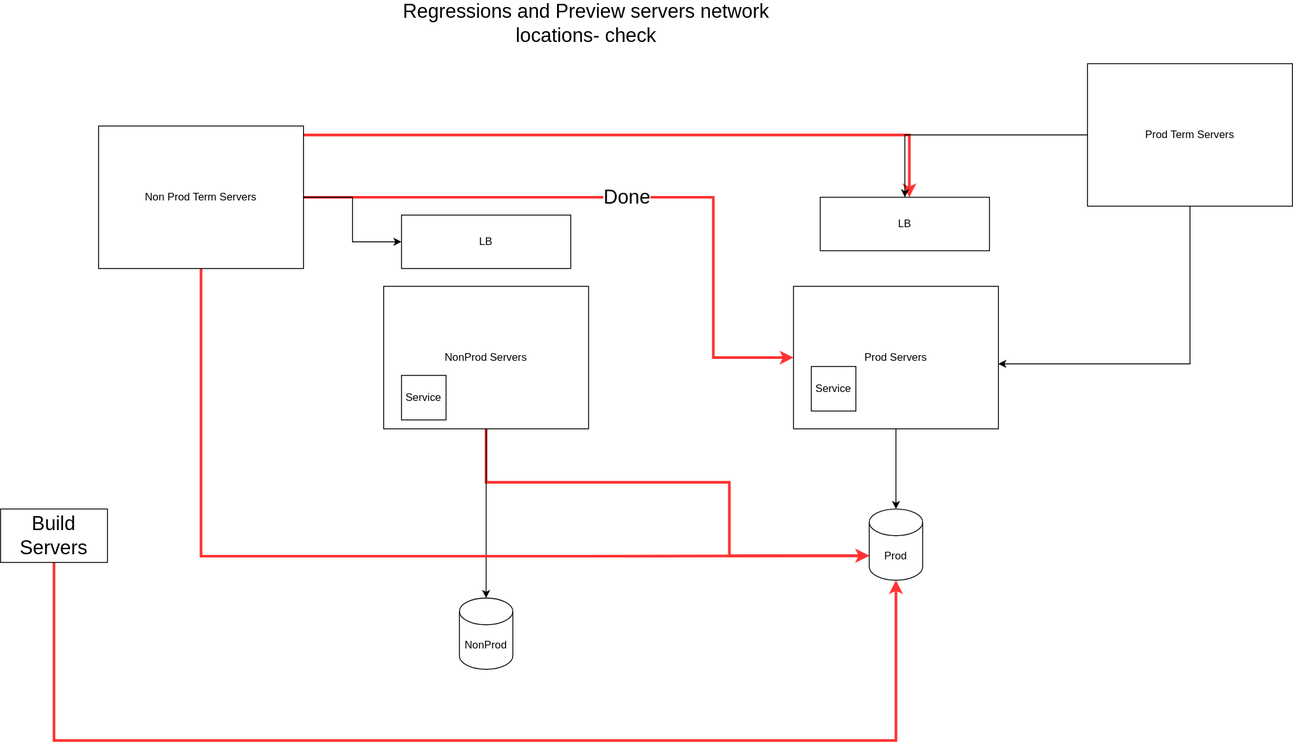
vjavle/invoicecloud keeps this draw.io diagram as MIandIsolation.svg. Above is the earlier version. Source tidied: cells renumbered, new cells last; positions are measured from the earlier drawing's top-left corner, leaving out a move shared by most shapes.
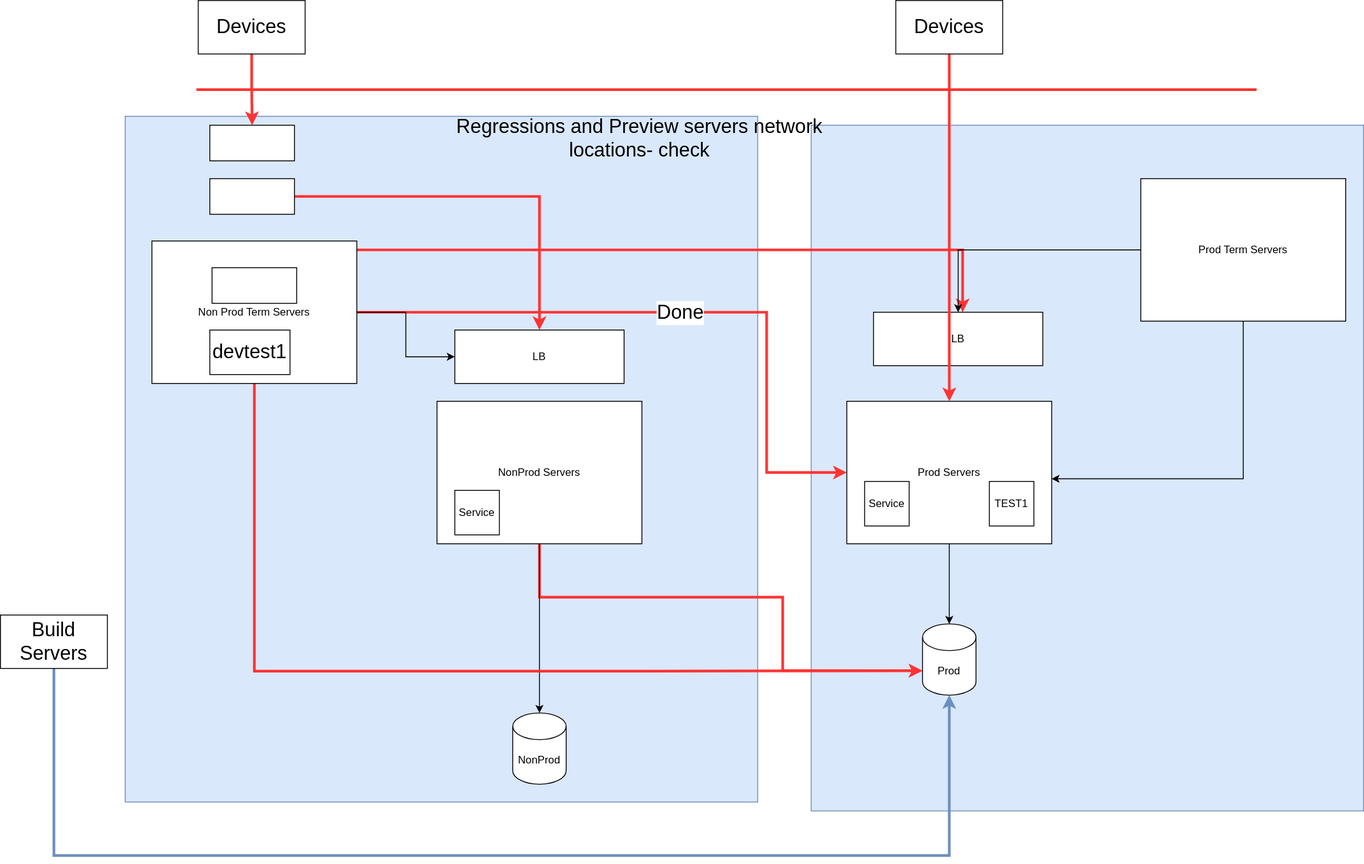
The same diagram one commit later.

Change to the diagram source:
```diff
@@ -2,6 +2,20 @@
   <root>
     <mxCell id="0" />
     <mxCell id="1" parent="0" />
+    <mxCell id="25" style="rounded=0;whiteSpace=wrap;html=1;fontSize=22;fillColor=#dae8fc;strokeColor=#6c8ebf;" parent="1" vertex="1">
+      <mxGeometry x="850" width="620" height="770" as="geometry" />
+    </mxCell>
+    <mxCell id="26" style="rounded=0;whiteSpace=wrap;html=1;fontSize=22;fillColor=#dae8fc;strokeColor=#6c8ebf;" parent="1" vertex="1">
+      <mxGeometry x="80" y="-10" width="710" height="770" as="geometry" />
+    </mxCell>
+    <mxCell id="22" style="edgeStyle=orthogonalEdgeStyle;rounded=0;jettySize=auto;html=1;entryX=0.5;entryY=1;entryDx=0;entryDy=0;entryPerimeter=0;fontSize=22;strokeColor=#6c8ebf;strokeWidth=3;fillColor=#dae8fc;" parent="1" edge="1" source="23" target="19">
+      <mxGeometry relative="1" as="geometry">
+        <Array as="points">
+          <mxPoint y="820" />
+          <mxPoint x="1005" y="820" />
+        </Array>
+      </mxGeometry>
+    </mxCell>
     <mxCell id="2" style="edgeStyle=orthogonalEdgeStyle;rounded=0;jettySize=auto;html=1;entryX=0;entryY=0;entryDx=0;entryDy=52.5;entryPerimeter=0;strokeColor=#FF3333;strokeWidth=3;" parent="1" edge="1" source="4" target="19">
       <mxGeometry relative="1" as="geometry">
         <Array as="points">
@@ -87,19 +101,47 @@
     <mxCell id="21" value="Service" style="whiteSpace=wrap;html=1;" parent="1" vertex="1">
       <mxGeometry x="910" y="400" width="50" height="50" as="geometry" />
     </mxCell>
-    <mxCell id="22" style="edgeStyle=orthogonalEdgeStyle;rounded=0;jettySize=auto;html=1;entryX=0.5;entryY=1;entryDx=0;entryDy=0;entryPerimeter=0;fontSize=22;strokeColor=#FF3333;strokeWidth=3;" parent="1" edge="1" source="23" target="19">
-      <mxGeometry relative="1" as="geometry">
-        <Array as="points">
-          <mxPoint x="60" y="820" />
-          <mxPoint x="1005" y="820" />
-        </Array>
-      </mxGeometry>
-    </mxCell>
     <mxCell id="23" value="Build Servers" style="rounded=0;whiteSpace=wrap;html=1;fontSize=22;" parent="1" vertex="1">
-      <mxGeometry y="560" width="120" height="60" as="geometry" />
+      <mxGeometry x="-60" y="550" width="120" height="60" as="geometry" />
     </mxCell>
     <mxCell id="24" value="Regressions and Preview servers network locations- check" style="text;html=1;strokeColor=none;fillColor=none;align=center;verticalAlign=middle;whiteSpace=wrap;rounded=0;fontSize=22;" parent="1" vertex="1">
       <mxGeometry x="445" width="425" height="30" as="geometry" />
     </mxCell>
+    <mxCell id="27" value="TEST1" style="whiteSpace=wrap;html=1;" parent="1" vertex="1">
+      <mxGeometry x="1050" y="400" width="50" height="50" as="geometry" />
+    </mxCell>
+    <mxCell id="28" style="edgeStyle=orthogonalEdgeStyle;rounded=0;jettySize=auto;html=1;fontSize=22;strokeColor=#FF3333;strokeWidth=3;" parent="1" edge="1" source="29" target="13">
+      <mxGeometry relative="1" as="geometry" />
+    </mxCell>
+    <mxCell id="29" value="Devices" style="rounded=0;whiteSpace=wrap;html=1;fontSize=22;" parent="1" vertex="1">
+      <mxGeometry x="945" y="-140" width="120" height="60" as="geometry" />
+    </mxCell>
+    <mxCell id="30" style="endArrow=none;html=1;rounded=0;fontSize=22;strokeColor=#FF3333;strokeWidth=3;" parent="1" edge="1">
+      <mxGeometry relative="1" as="geometry">
+        <mxPoint x="160" y="-40" as="sourcePoint" />
+        <mxPoint x="1350" y="-40" as="targetPoint" />
+      </mxGeometry>
+    </mxCell>
+    <mxCell id="31" value="devtest1" style="rounded=0;whiteSpace=wrap;html=1;fontSize=22;" parent="1" vertex="1">
+      <mxGeometry x="175" y="230" width="90" height="50" as="geometry" />
+    </mxCell>
+    <mxCell id="32" style="edgeStyle=orthogonalEdgeStyle;rounded=0;jettySize=auto;html=1;fontSize=22;strokeColor=#FF3333;strokeWidth=3;" parent="1" edge="1" source="33" target="37">
+      <mxGeometry relative="1" as="geometry" />
+    </mxCell>
+    <mxCell id="33" value="Devices" style="rounded=0;whiteSpace=wrap;html=1;fontSize=22;" parent="1" vertex="1">
+      <mxGeometry x="162" y="-140" width="120" height="60" as="geometry" />
+    </mxCell>
+    <mxCell id="34" style="rounded=0;whiteSpace=wrap;html=1;fontSize=22;" parent="1" vertex="1">
+      <mxGeometry x="177.5" y="160" width="95" height="40" as="geometry" />
+    </mxCell>
+    <mxCell id="35" style="edgeStyle=orthogonalEdgeStyle;rounded=0;jettySize=auto;html=1;fontSize=22;strokeColor=#FF3333;strokeWidth=3;" parent="1" edge="1" source="36" target="11">
+      <mxGeometry relative="1" as="geometry" />
+    </mxCell>
+    <mxCell id="36" style="rounded=0;whiteSpace=wrap;html=1;fontSize=22;" parent="1" vertex="1">
+      <mxGeometry x="175" y="60" width="95" height="40" as="geometry" />
+    </mxCell>
+    <mxCell id="37" style="rounded=0;whiteSpace=wrap;html=1;fontSize=22;" parent="1" vertex="1">
+      <mxGeometry x="175" width="95" height="40" as="geometry" />
+    </mxCell>
   </root>
 </mxGraphModel>
```
